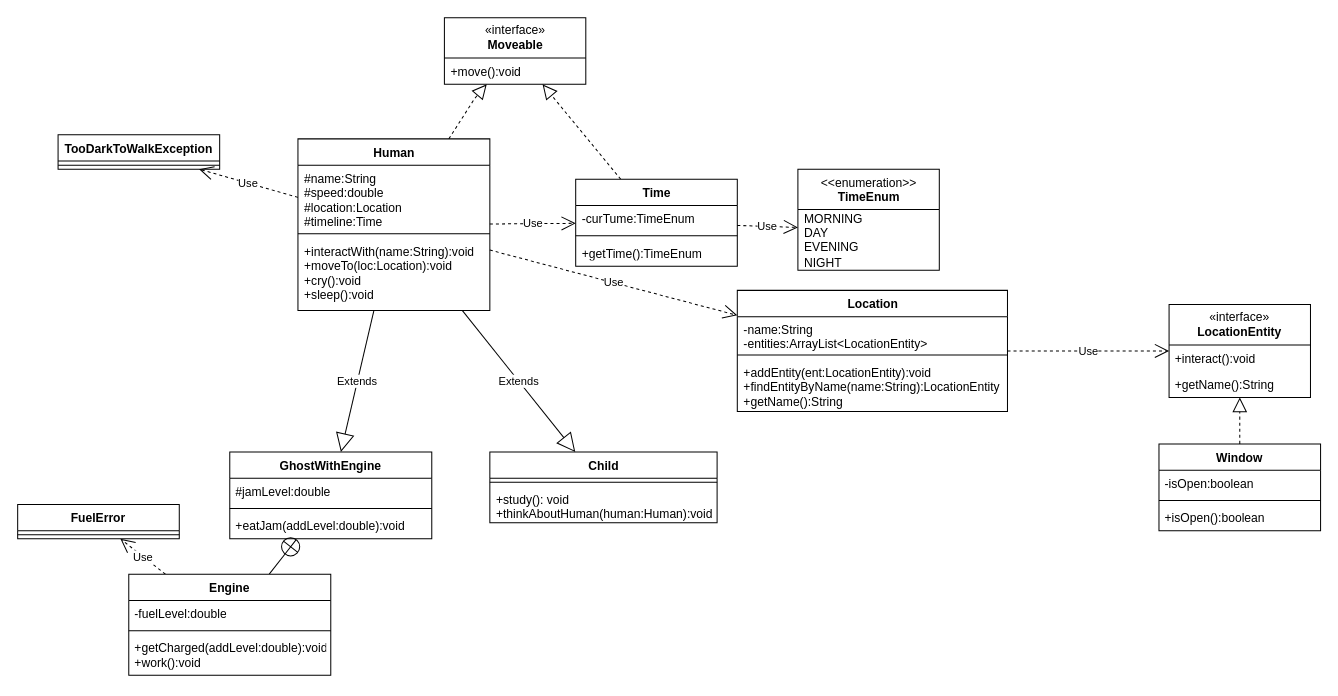
Before: UMLDiagram.drawio in PetrIgnatov/ITMOProgLab4, a draw.io diagram. Source tidied: cells renumbered, new cells numbered last; positions are measured from the earlier drawing's top-left corner, leaving out a move shared by most shapes. Both pictures are drawn from the tidied source at 101%, with x=0, y=0 at pixel (17, 17).
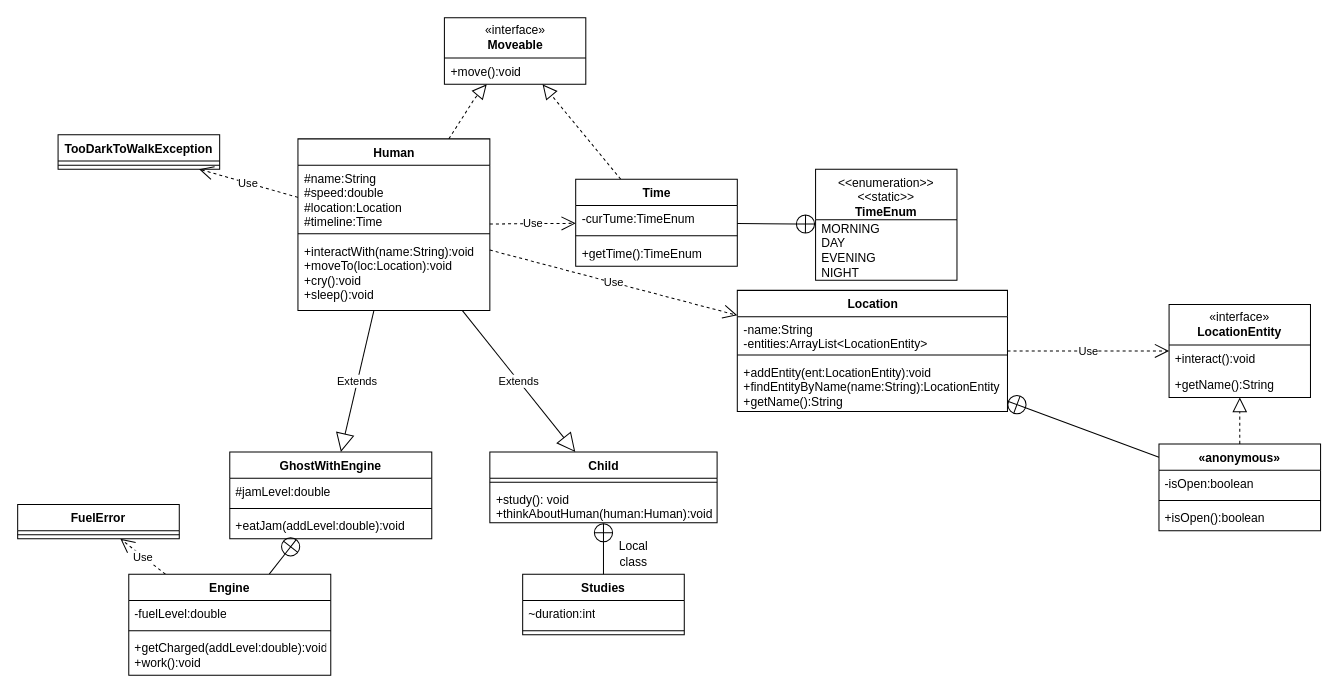
The same page after the edit.

Commit message:
Finished the UML-diagram

Unchanged cells that the change refers to:
```xml
<mxCell id="15" value="Time" style="swimlane;fontStyle=1;align=center;verticalAlign=top;horizontal=1;startSize=26;whiteSpace=wrap;html=1;" parent="1" vertex="1">
  <mxGeometry x="552.5" y="160" width="160" height="86" as="geometry" />
</mxCell>
<mxCell id="19" value="Location" style="swimlane;fontStyle=1;align=center;verticalAlign=top;horizontal=1;startSize=26;whiteSpace=wrap;html=1;" parent="1" vertex="1">
  <mxGeometry x="712.5" y="270" width="267.5" height="120" as="geometry" />
</mxCell>
<mxCell id="23" value="Child" style="swimlane;fontStyle=1;align=center;verticalAlign=top;horizontal=1;startSize=26;whiteSpace=wrap;html=1;" parent="1" vertex="1">
  <mxGeometry x="467.5" y="430" width="225" height="70" as="geometry" />
</mxCell>
```

Diff of the diagram source:
```diff
@@
-    <mxCell id="2" value="&amp;lt;&amp;lt;enumeration&amp;gt;&amp;gt;&lt;br&gt;&lt;b&gt;TimeEnum&lt;/b&gt;" style="swimlane;fontStyle=0;align=center;verticalAlign=top;horizontal=1;startSize=40;html=1;whiteSpace=wrap;" parent="1" vertex="1">
-      <mxGeometry x="772.5" y="150" width="140" height="100" as="geometry" />
+    <mxCell id="2" value="&lt;div&gt;&amp;lt;&amp;lt;enumeration&amp;gt;&amp;gt;&lt;/div&gt;&lt;div&gt;&amp;lt;&amp;lt;static&amp;gt;&amp;gt;&lt;/div&gt;&lt;b&gt;TimeEnum&lt;/b&gt;" style="swimlane;fontStyle=0;align=center;verticalAlign=top;horizontal=1;startSize=50;html=1;whiteSpace=wrap;" parent="1" vertex="1">
+      <mxGeometry x="790" y="150" width="140" height="110" as="geometry" />
     </mxCell>
     <mxCell id="3" value="&lt;div&gt;MORNING&lt;/div&gt;&lt;div&gt;DAY&lt;br&gt;EVENING&lt;br&gt;NIGHT&lt;br&gt;&lt;/div&gt;" style="text;html=1;strokeColor=none;fillColor=none;align=left;verticalAlign=middle;spacingLeft=4;spacingRight=4;overflow=hidden;whiteSpace=wrap;" parent="2" vertex="1">
-      <mxGeometry y="40" width="140" height="60" as="geometry" />
+      <mxGeometry y="50" width="140" height="60" as="geometry" />
     </mxCell>
-    <mxCell id="4" value="Use" style="endArrow=open;endSize=12;dashed=1;html=1;rounded=0;" parent="1" edge="1" source="15">
-      <mxGeometry relative="1" as="geometry">
-        <mxPoint x="772.5" y="207.7" as="targetPoint" />
-      </mxGeometry>
-    </mxCell>
@@
-    <mxCell id="35" value="Window" style="swimlane;fontStyle=1;align=center;verticalAlign=top;horizontal=1;startSize=26;whiteSpace=wrap;html=1;" parent="1" vertex="1">
+    <mxCell id="35" value="«anonymous»" style="swimlane;fontStyle=1;align=center;verticalAlign=top;horizontal=1;startSize=26;whiteSpace=wrap;html=1;" parent="1" vertex="1">
       <mxGeometry x="1130" y="422" width="160" height="86" as="geometry" />
     </mxCell>
@@
+    <mxCell id="52" value="&lt;div&gt;Studies&lt;/div&gt;" style="swimlane;fontStyle=1;align=center;verticalAlign=top;horizontal=1;startSize=26;whiteSpace=wrap;html=1;" parent="1" vertex="1">
+      <mxGeometry x="500" y="551" width="160" height="60" as="geometry" />
+    </mxCell>
+    <mxCell id="53" value="~duration:int" style="text;strokeColor=none;fillColor=none;align=left;verticalAlign=top;spacingLeft=4;spacingRight=4;overflow=hidden;whiteSpace=wrap;html=1;" parent="52" vertex="1">
+      <mxGeometry y="26" width="160" height="26" as="geometry" />
+    </mxCell>
+    <mxCell id="54" style="line;strokeWidth=1;fillColor=none;align=left;verticalAlign=middle;spacingTop=-1;spacingLeft=3;spacingRight=3;labelPosition=right;strokeColor=inherit;" parent="52" vertex="1">
+      <mxGeometry y="52" width="160" height="8" as="geometry" />
+    </mxCell>
+    <mxCell id="55" style="endArrow=circlePlus;startArrow=none;endFill=0;startFill=0;endSize=8;html=1;labelBackgroundColor=none;rounded=0;" parent="1" edge="1" source="52" target="23">
+      <mxGeometry relative="1" as="geometry" />
+    </mxCell>
+    <mxCell id="56" value="Local&lt;br&gt;&lt;div&gt;class&lt;/div&gt;" style="text;html=1;strokeColor=none;fillColor=none;align=center;verticalAlign=middle;whiteSpace=wrap;rounded=0;" parent="1" vertex="1">
+      <mxGeometry x="580" y="516" width="60" height="30" as="geometry" />
+    </mxCell>
+    <mxCell id="57" style="endArrow=circlePlus;startArrow=none;endFill=0;startFill=0;endSize=8;html=1;labelBackgroundColor=none;rounded=0;" parent="1" edge="1" source="35" target="19">
+      <mxGeometry relative="1" as="geometry" />
+    </mxCell>
+    <mxCell id="58" style="endArrow=circlePlus;startArrow=none;endFill=0;startFill=0;endSize=8;html=1;labelBackgroundColor=none;rounded=0;" parent="1" edge="1" source="15" target="2">
+      <mxGeometry relative="1" as="geometry" />
+    </mxCell>
```
